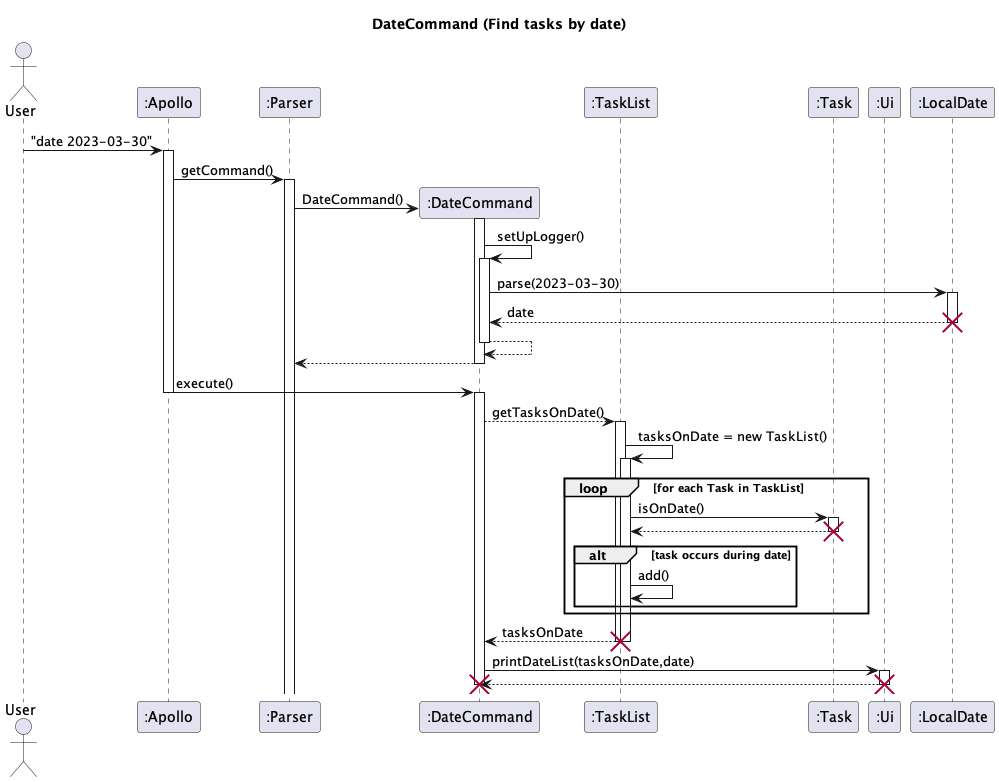
Before: docs/uml-diagrams/DateCommand-DateCommand__Find_tasks_by_date_.png, a diagram exported from PlantUML (nus-cs2113-AY2223S2/tp).
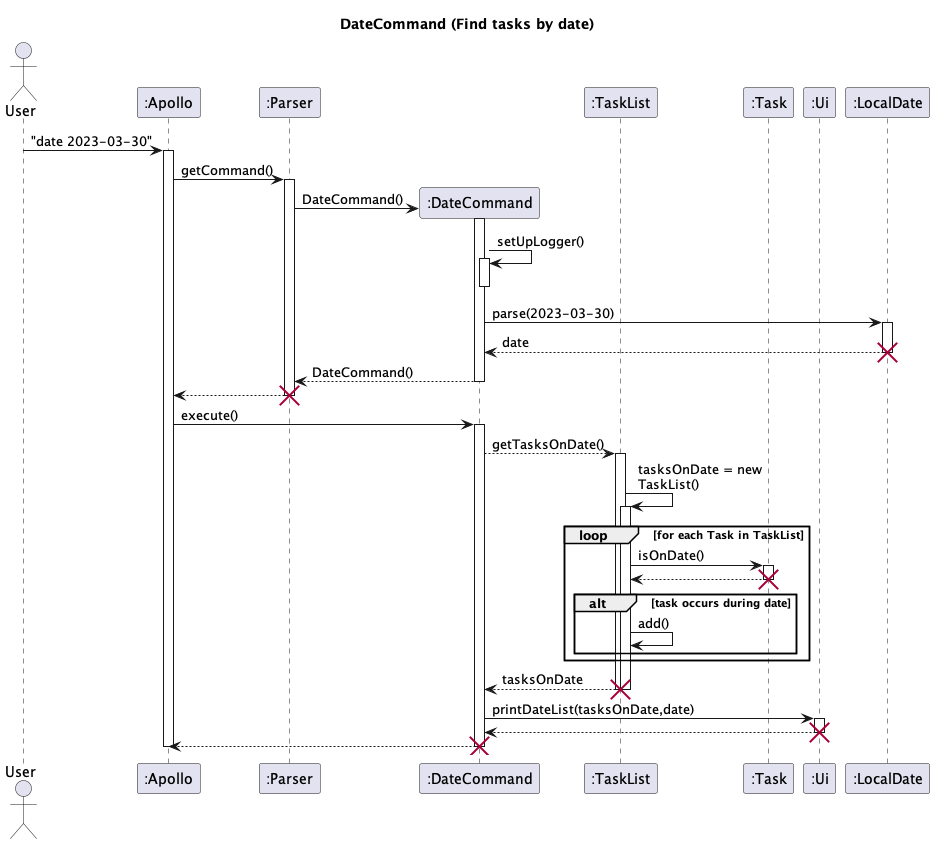
The same diagram one commit later.

Diff of the diagram source:
```diff
@@ -1,5 +1,5 @@
 @startuml
-
+skinparam maxMessageSize 150
 title DateCommand (Find tasks by date)
 
 actor User
@@ -16,20 +16,24 @@
 Apollo -> Parser : getCommand()
 activate Parser
 Parser ->  Date** : DateCommand()
-Date++
-Date -> Date++ : setUpLogger()
-
+activate Date
+Date -> Date: setUpLogger()
+activate Date
+deactivate Date
 
 Date -> LocalDate: parse(2023-03-30)
 activate LocalDate
 LocalDate --> Date: date
 deactivate LocalDate
 destroy LocalDate
-return
-return
+Date --> Parser : DateCommand()
+deactivate Date
+
+Parser --> Apollo
+deactivate Parser
+destroy Parser
 
 Apollo -> Date : execute()
-Apollo --
 activate Date
 Date --> TaskList : getTasksOnDate()
 activate TaskList
@@ -55,8 +59,9 @@
 Ui --> Date
 deactivate Ui
 destroy Ui
+Date --> Apollo
 destroy Date
-
+deactivate Apollo
 
 
 
```
